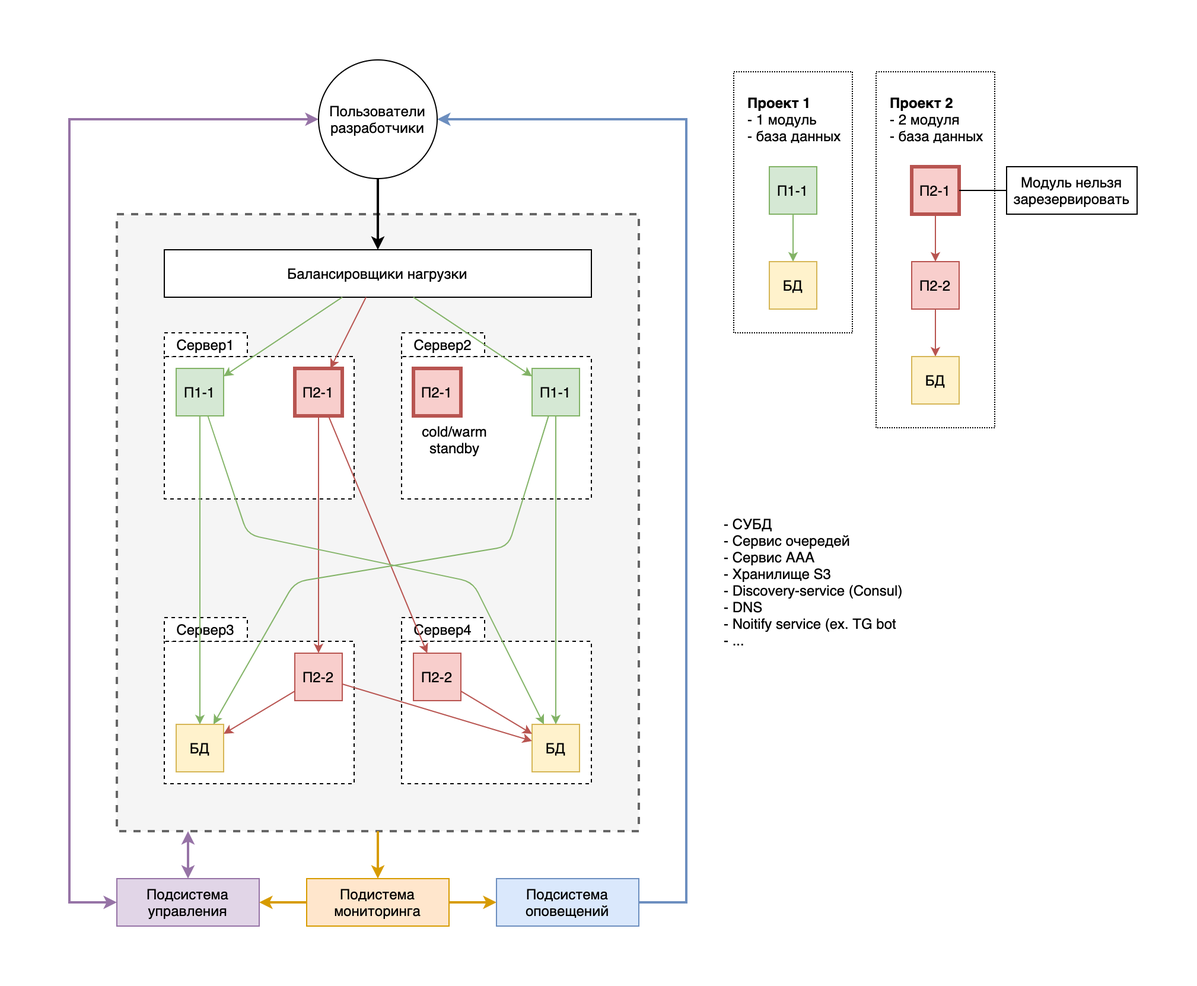
Before: docs/schemes/User-side.png, a diagram exported from draw.io (SnipGhost/argobay-ansible). Source tidied: cells renumbered, new cells last; positions are measured from the earlier drawing's top-left corner, leaving out a move shared by most shapes.
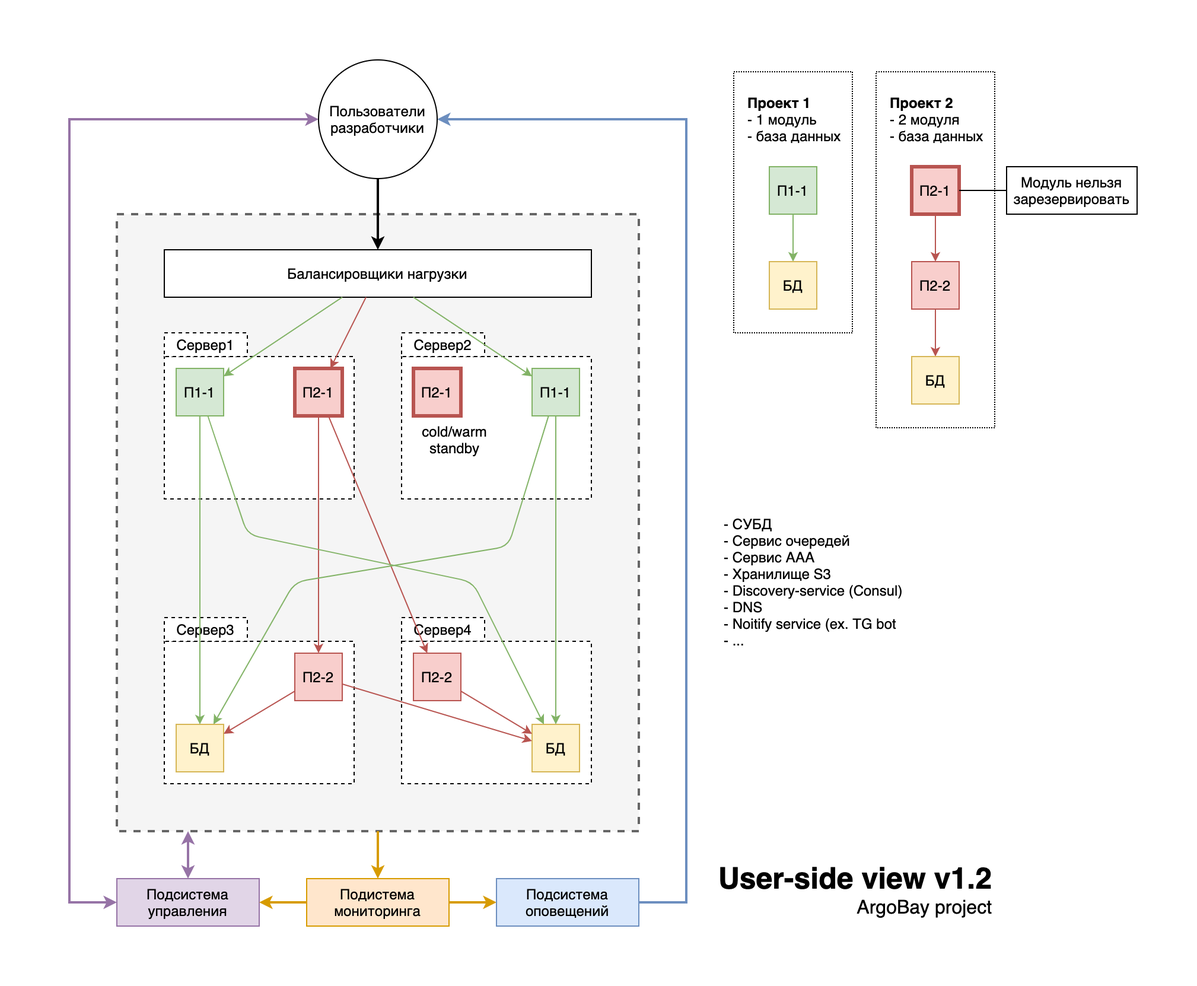
The same file after the commit.

Diff of the diagram source:
```diff
@@ -198,5 +198,8 @@
     <mxCell id="58" value="- СУБД&lt;br&gt;&lt;div&gt;&lt;span&gt;- Сервис очередей&lt;/span&gt;&lt;/div&gt;&lt;div&gt;&lt;span&gt;- Сервис ААА&lt;/span&gt;&lt;/div&gt;&lt;div&gt;&lt;span&gt;- Хранилище S3&lt;/span&gt;&lt;/div&gt;&lt;div&gt;&lt;span&gt;- Discovery-service (Consul)&lt;/span&gt;&lt;/div&gt;&lt;div&gt;&lt;span&gt;- DNS&lt;/span&gt;&lt;/div&gt;&lt;div&gt;&lt;span&gt;- Noitify service (ex. TG bot&lt;/span&gt;&lt;/div&gt;&lt;div&gt;&lt;span&gt;- ...&lt;/span&gt;&lt;/div&gt;" style="text;html=1;strokeColor=none;fillColor=none;align=left;verticalAlign=middle;whiteSpace=wrap;rounded=0;dashed=1;fontFamily=Helvetica;" parent="1" vertex="1">
       <mxGeometry x="550" y="380" width="220" height="120" as="geometry" />
     </mxCell>
+    <mxCell id="59" value="&lt;span style=&quot;text-align: center ; font-size: 25px&quot;&gt;&lt;b&gt;User-side view v1.2&lt;/b&gt;&lt;/span&gt;&lt;br style=&quot;text-align: center&quot;&gt;&lt;div&gt;&lt;font style=&quot;font-size: 16px&quot;&gt;ArgoBay project&lt;/font&gt;&lt;/div&gt;" style="text;html=1;strokeColor=none;fillColor=none;align=right;verticalAlign=middle;whiteSpace=wrap;rounded=0;dashed=1;" parent="1" vertex="1">
+      <mxGeometry x="530" y="670" width="250" height="60" as="geometry" />
+    </mxCell>
   </root>
 </mxGraphModel>
```
